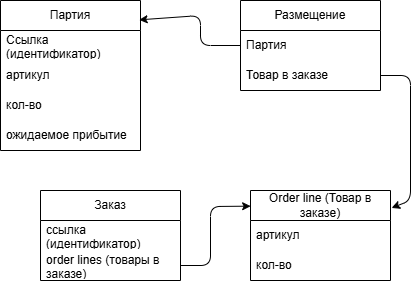
The draw.io diagram schemas/shop_init.drawio.png in iKonstantin1991/patterns_book, before a commit. Source tidied: cells renumbered, new cells last; positions are measured from the earlier drawing's top-left corner, leaving out a move shared by most shapes. Its diagram source:
```xml
<mxGraphModel>
  <root>
    <mxCell id="0" />
    <mxCell id="1" parent="0" />
    <mxCell id="2" value="Партия" style="swimlane;fontStyle=0;horizontal=1;startSize=30;whiteSpace=wrap;html=1;" parent="1" vertex="1">
      <mxGeometry width="140" height="150" as="geometry" />
    </mxCell>
    <mxCell id="3" value="Ссылка (идентификатор)" style="text;strokeColor=none;fillColor=none;align=left;verticalAlign=middle;spacingLeft=4;spacingRight=4;overflow=hidden;whiteSpace=wrap;html=1;" parent="2" vertex="1">
      <mxGeometry y="30" width="140" height="30" as="geometry" />
    </mxCell>
    <mxCell id="4" value="артикул" style="text;strokeColor=none;fillColor=none;align=left;verticalAlign=middle;spacingLeft=4;spacingRight=4;overflow=hidden;points=[[0,0.5],[1,0.5]];portConstraint=eastwest;whiteSpace=wrap;html=1;" parent="2" vertex="1">
      <mxGeometry y="60" width="140" height="30" as="geometry" />
    </mxCell>
    <mxCell id="5" value="кол-во" style="text;strokeColor=none;fillColor=none;align=left;verticalAlign=middle;spacingLeft=4;spacingRight=4;overflow=hidden;whiteSpace=wrap;html=1;" parent="2" vertex="1">
      <mxGeometry y="90" width="140" height="30" as="geometry" />
    </mxCell>
    <mxCell id="6" value="ожидаемое прибытие" style="text;strokeColor=none;fillColor=none;align=left;verticalAlign=middle;spacingLeft=4;spacingRight=4;overflow=hidden;whiteSpace=wrap;html=1;" parent="2" vertex="1">
      <mxGeometry y="120" width="140" height="30" as="geometry" />
    </mxCell>
    <mxCell id="7" value="Заказ" style="swimlane;fontStyle=0;horizontal=1;startSize=30;whiteSpace=wrap;html=1;" parent="1" vertex="1">
      <mxGeometry x="40" y="190" width="140" height="90" as="geometry" />
    </mxCell>
    <mxCell id="8" value="ссылка (идентификатор)" style="text;strokeColor=none;fillColor=none;align=left;verticalAlign=middle;spacingLeft=4;spacingRight=4;overflow=hidden;whiteSpace=wrap;html=1;" parent="7" vertex="1">
      <mxGeometry y="30" width="140" height="30" as="geometry" />
    </mxCell>
    <mxCell id="9" value="order lines (товары в заказе)" style="text;strokeColor=none;fillColor=none;align=left;verticalAlign=middle;spacingLeft=4;spacingRight=4;overflow=hidden;points=[[0,0.5],[1,0.5]];portConstraint=eastwest;whiteSpace=wrap;html=1;" parent="7" vertex="1">
      <mxGeometry y="60" width="140" height="30" as="geometry" />
    </mxCell>
    <mxCell id="10" value="Order line (Товар в заказе)" style="swimlane;fontStyle=0;horizontal=1;startSize=30;whiteSpace=wrap;html=1;" parent="1" vertex="1">
      <mxGeometry x="250" y="190" width="140" height="90" as="geometry" />
    </mxCell>
    <mxCell id="11" value="артикул" style="text;strokeColor=none;fillColor=none;align=left;verticalAlign=middle;spacingLeft=4;spacingRight=4;overflow=hidden;whiteSpace=wrap;html=1;" parent="10" vertex="1">
      <mxGeometry y="30" width="140" height="30" as="geometry" />
    </mxCell>
    <mxCell id="12" value="кол-во" style="text;strokeColor=none;fillColor=none;align=left;verticalAlign=middle;spacingLeft=4;spacingRight=4;overflow=hidden;whiteSpace=wrap;html=1;" parent="10" vertex="1">
      <mxGeometry y="60" width="140" height="30" as="geometry" />
    </mxCell>
    <mxCell id="13" style="edgeStyle=none;html=1;entryX=0.001;entryY=0.174;entryDx=0;entryDy=0;exitX=1;exitY=0.5;exitDx=0;exitDy=0;entryPerimeter=0;" parent="1" edge="1" source="9" target="10">
      <mxGeometry relative="1" as="geometry">
        <Array as="points">
          <mxPoint x="210" y="265" />
          <mxPoint x="210" y="206" />
        </Array>
      </mxGeometry>
    </mxCell>
    <mxCell id="14" value="Размещение" style="swimlane;fontStyle=0;horizontal=1;startSize=30;whiteSpace=wrap;html=1;" parent="1" vertex="1">
      <mxGeometry x="240" width="140" height="90" as="geometry" />
    </mxCell>
    <mxCell id="15" value="Партия" style="text;strokeColor=none;fillColor=none;align=left;verticalAlign=middle;spacingLeft=4;spacingRight=4;overflow=hidden;points=[[0,0.5],[1,0.5]];portConstraint=eastwest;whiteSpace=wrap;html=1;" parent="14" vertex="1">
      <mxGeometry y="30" width="140" height="30" as="geometry" />
    </mxCell>
    <mxCell id="16" value="Товар в заказе" style="text;strokeColor=none;fillColor=none;align=left;verticalAlign=middle;spacingLeft=4;spacingRight=4;overflow=hidden;points=[[0,0.5],[1,0.5]];portConstraint=eastwest;whiteSpace=wrap;html=1;" parent="14" vertex="1">
      <mxGeometry y="60" width="140" height="30" as="geometry" />
    </mxCell>
    <mxCell id="17" style="edgeStyle=none;html=1;exitX=0;exitY=0.5;exitDx=0;exitDy=0;entryX=0.99;entryY=0.129;entryDx=0;entryDy=0;entryPerimeter=0;" parent="1" edge="1" source="15" target="2">
      <mxGeometry relative="1" as="geometry">
        <Array as="points">
          <mxPoint x="200" y="45" />
          <mxPoint x="200" y="15" />
        </Array>
      </mxGeometry>
    </mxCell>
    <mxCell id="18" style="edgeStyle=none;html=1;exitX=1;exitY=0.5;exitDx=0;exitDy=0;entryX=1.008;entryY=0.194;entryDx=0;entryDy=0;entryPerimeter=0;" parent="1" edge="1" source="16" target="10">
      <mxGeometry relative="1" as="geometry">
        <Array as="points">
          <mxPoint x="410" y="75" />
          <mxPoint x="410" y="200" />
        </Array>
      </mxGeometry>
    </mxCell>
  </root>
</mxGraphModel>
```
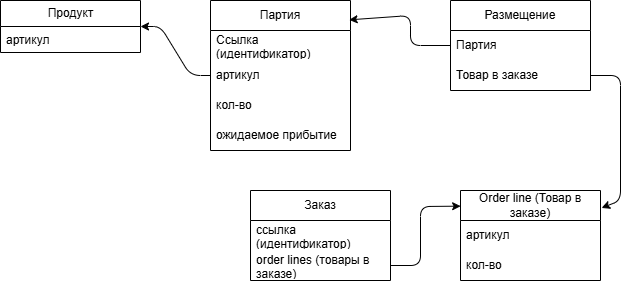
Later version of the same file.

Change to the diagram source:
```diff
@@ -68,5 +68,19 @@
         </Array>
       </mxGeometry>
     </mxCell>
+    <mxCell id="19" value="Продукт" style="swimlane;fontStyle=0;horizontal=1;startSize=26;fillColor=none;html=1;" parent="1" vertex="1">
+      <mxGeometry x="-210" width="140" height="52" as="geometry" />
+    </mxCell>
+    <mxCell id="20" value="артикул" style="text;strokeColor=none;fillColor=none;align=left;verticalAlign=top;spacingLeft=4;spacingRight=4;overflow=hidden;whiteSpace=wrap;html=1;" parent="19" vertex="1">
+      <mxGeometry y="26" width="140" height="26" as="geometry" />
+    </mxCell>
+    <mxCell id="21" style="edgeStyle=none;html=1;exitX=0;exitY=0.5;exitDx=0;exitDy=0;entryX=1;entryY=0.5;entryDx=0;entryDy=0;" parent="1" edge="1" source="4" target="19">
+      <mxGeometry relative="1" as="geometry">
+        <Array as="points">
+          <mxPoint x="-20" y="75" />
+          <mxPoint x="-50" y="26" />
+        </Array>
+      </mxGeometry>
+    </mxCell>
   </root>
 </mxGraphModel>
```
